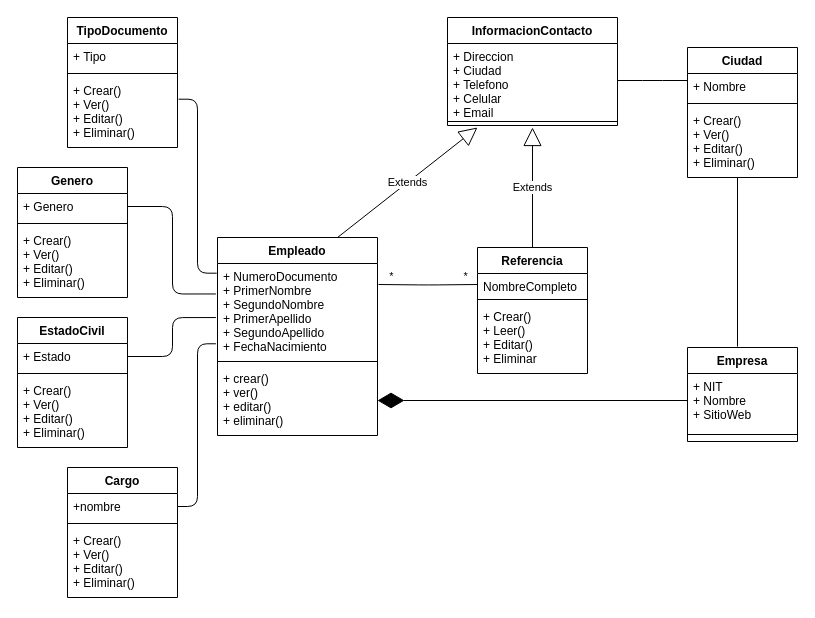
Above: DiagramaDeClases.drawio in shaten10/hdv (draw.io), before the change. Source tidied: cells renumbered, new cells numbered last; positions are measured from the earlier drawing's top-left corner, leaving out a move shared by most shapes. Both pictures are drawn from the tidied source at 100%, with x=0, y=0 at pixel (17, 17).
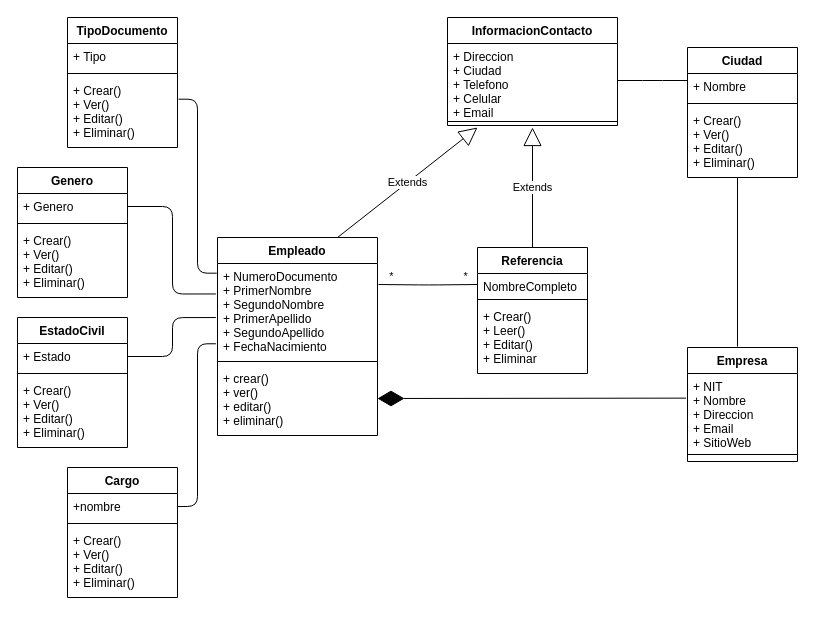
The same page after the edit.

Unchanged cells that the change refers to:
```xml
<mxCell id="5" value="+ crear()&#10;+ ver()&#10;+ editar()&#10;+ eliminar()" style="text;strokeColor=none;fillColor=none;align=left;verticalAlign=top;spacingLeft=4;spacingRight=4;overflow=hidden;points=[[0,0.5],[1,0.5]];portConstraint=eastwest;" parent="2" vertex="1">
  <mxGeometry y="128" width="160" height="70" as="geometry" />
</mxCell>
```

The edit, as a diff of the source:
```diff
@@
     <mxCell id="6" value="Empresa" style="swimlane;fontStyle=1;align=center;verticalAlign=top;horizontal=1;startSize=26;" parent="1" vertex="1">
-      <mxGeometry x="670" y="330" width="110" height="94" as="geometry" />
+      <mxGeometry x="670" y="330" width="110" height="114" as="geometry" />
     </mxCell>
-    <mxCell id="7" value="+ NIT&#10;+ Nombre&#10;+ SitioWeb" style="text;strokeColor=none;fillColor=none;align=left;verticalAlign=top;spacingLeft=4;spacingRight=4;overflow=hidden;points=[[0,0.5],[1,0.5]];portConstraint=eastwest;" parent="6" vertex="1">
-      <mxGeometry y="26" width="110" height="54" as="geometry" />
+    <mxCell id="7" value="+ NIT&#10;+ Nombre&#10;+ Direccion&#10;+ Email&#10;+ SitioWeb" style="text;strokeColor=none;fillColor=none;align=left;verticalAlign=top;spacingLeft=4;spacingRight=4;overflow=hidden;points=[[0,0.5],[1,0.5]];portConstraint=eastwest;" parent="6" vertex="1">
+      <mxGeometry y="26" width="110" height="74" as="geometry" />
     </mxCell>
     <mxCell id="8" style="line;strokeWidth=1;fillColor=none;align=left;verticalAlign=middle;spacingTop=-1;spacingLeft=3;spacingRight=3;labelPosition=right;" parent="6" vertex="1">
-      <mxGeometry y="80" width="110" height="14" as="geometry" />
+      <mxGeometry y="100" width="110" height="14" as="geometry" />
     </mxCell>
@@
-    <mxCell id="18" style="endArrow=diamondThin;endFill=1;endSize=24;html=1;exitX=0;exitY=0.5;exitDx=0;exitDy=0;entryX=1;entryY=0.5;entryDx=0;entryDy=0;" parent="1" edge="1" source="7" target="5">
-      <mxGeometry relative="1" as="geometry" />
+    <mxCell id="18" style="endArrow=diamondThin;endFill=1;endSize=24;html=1;exitX=-0.013;exitY=0.333;exitDx=0;exitDy=0;exitPerimeter=0;" parent="1" edge="1" source="7">
+      <mxGeometry relative="1" as="geometry">
+        <mxPoint x="360" y="381" as="targetPoint" />
+      </mxGeometry>
     </mxCell>
```
